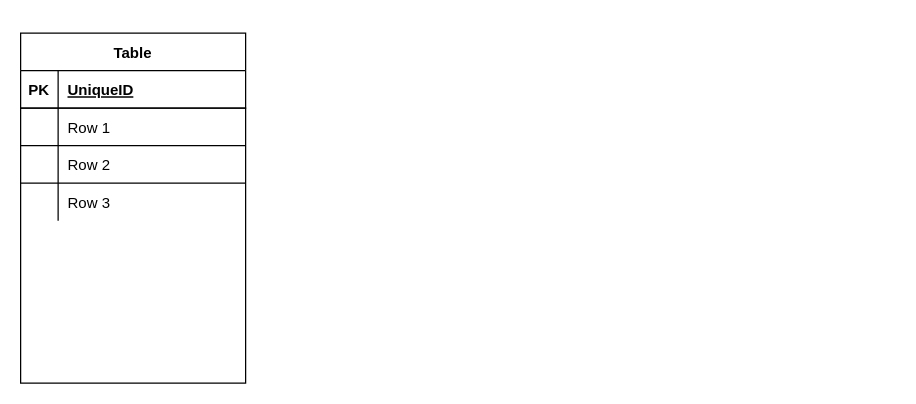
Earlier version of the draw.io diagram Untitled Diagram.drawio (jeff-tor/wiley-sre-training). Source tidied: cells renumbered, new cells numbered last; positions are measured from the earlier drawing's top-left corner, leaving out a move shared by most shapes. Both pictures are drawn from the tidied source at 125%, with x=0, y=0 at pixel (20, 32).
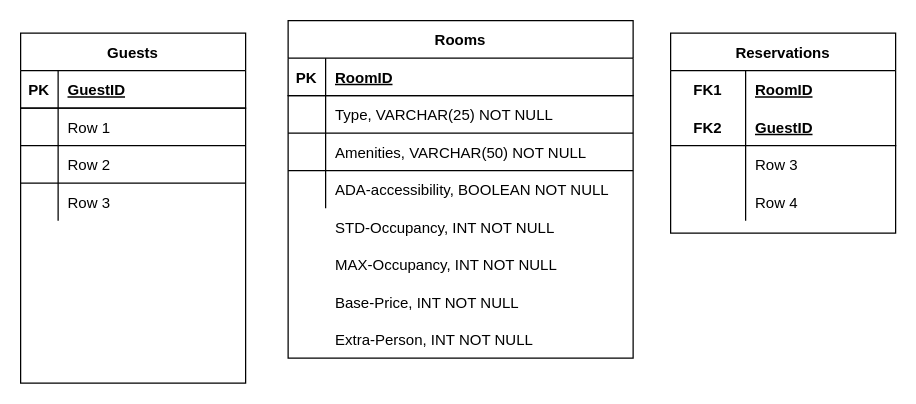
The same page after the edit.

Unchanged cells that the change refers to:
```xml
<mxCell id="3" style="shape=tableRow;horizontal=0;startSize=0;swimlaneHead=0;swimlaneBody=0;fillColor=none;top=0;left=0;right=0;bottom=1;" parent="2" vertex="1">
  <mxGeometry y="30" width="180" height="30" as="geometry" />
</mxCell>
```

The edit, as a diff of the source:
```diff
@@
-    <mxCell id="2" value="Table" style="shape=table;startSize=30;childLayout=tableLayout;rowLines=1;fontStyle=1;align=center;" parent="1" vertex="1">
+    <mxCell id="2" value="Guests" style="shape=table;startSize=30;childLayout=tableLayout;rowLines=1;fontStyle=1;align=center;" parent="1" vertex="1">
       <mxGeometry width="180" height="280" as="geometry" />
     </mxCell>
@@
-    <mxCell id="5" value="UniqueID" style="shape=partialRectangle;fillColor=none;top=0;left=0;bottom=0;right=0;align=left;spacingLeft=6;fontStyle=5;overflow=hidden;" parent="3" vertex="1">
+    <mxCell id="5" value="GuestID" style="shape=partialRectangle;fillColor=none;top=0;left=0;bottom=0;right=0;align=left;spacingLeft=6;fontStyle=5;overflow=hidden;" parent="3" vertex="1">
       <mxGeometry x="30" width="150" height="30" as="geometry" />
     </mxCell>
@@
+    <mxCell id="15" value="Rooms" style="shape=table;startSize=30;childLayout=tableLayout;rowLines=1;fontStyle=1;align=center;" parent="1" vertex="1">
+      <mxGeometry x="214" y="-10" width="276" height="270" as="geometry" />
+    </mxCell>
+    <mxCell id="16" style="shape=tableRow;horizontal=0;startSize=0;swimlaneHead=0;swimlaneBody=0;fillColor=none;top=0;left=0;right=0;bottom=1;" parent="15" vertex="1">
+      <mxGeometry y="30" width="276" height="30" as="geometry" />
+    </mxCell>
+    <mxCell id="17" value="PK" style="shape=partialRectangle;fillColor=none;top=0;left=0;bottom=0;right=0;fontStyle=1;overflow=hidden;" parent="16" vertex="1">
+      <mxGeometry width="30" height="30" as="geometry" />
+    </mxCell>
+    <mxCell id="18" value="RoomID" style="shape=partialRectangle;fillColor=none;top=0;left=0;bottom=0;right=0;align=left;spacingLeft=6;fontStyle=5;overflow=hidden;" parent="16" vertex="1">
+      <mxGeometry x="30" width="246" height="30" as="geometry" />
+    </mxCell>
+    <mxCell id="19" style="shape=tableRow;horizontal=0;startSize=0;swimlaneHead=0;swimlaneBody=0;fillColor=none;top=0;left=0;right=0;bottom=0;" parent="15" vertex="1">
+      <mxGeometry y="60" width="276" height="30" as="geometry" />
+    </mxCell>
+    <mxCell id="20" style="shape=partialRectangle;fillColor=none;top=0;left=0;bottom=0;right=0;overflow=hidden;" parent="19" vertex="1">
+      <mxGeometry width="30" height="30" as="geometry" />
+    </mxCell>
+    <mxCell id="21" value="Type, VARCHAR(25) NOT NULL" style="shape=partialRectangle;fillColor=none;top=0;left=0;bottom=0;right=0;align=left;spacingLeft=6;overflow=hidden;" parent="19" vertex="1">
+      <mxGeometry x="30" width="246" height="30" as="geometry" />
+    </mxCell>
+    <mxCell id="22" style="shape=tableRow;horizontal=0;startSize=0;swimlaneHead=0;swimlaneBody=0;fillColor=none;top=0;left=0;right=0;bottom=0;" parent="15" vertex="1">
+      <mxGeometry y="90" width="276" height="30" as="geometry" />
+    </mxCell>
+    <mxCell id="23" style="shape=partialRectangle;fillColor=none;top=0;left=0;bottom=0;right=0;overflow=hidden;" parent="22" vertex="1">
+      <mxGeometry width="30" height="30" as="geometry" />
+    </mxCell>
+    <mxCell id="24" value="Amenities, VARCHAR(50) NOT NULL" style="shape=partialRectangle;fillColor=none;top=0;left=0;bottom=0;right=0;align=left;spacingLeft=6;overflow=hidden;" parent="22" vertex="1">
+      <mxGeometry x="30" width="246" height="30" as="geometry" />
+    </mxCell>
+    <mxCell id="25" style="shape=tableRow;horizontal=0;startSize=0;swimlaneHead=0;swimlaneBody=0;fillColor=none;top=0;left=0;right=0;bottom=0;" parent="15" vertex="1">
+      <mxGeometry y="120" width="276" height="30" as="geometry" />
+    </mxCell>
+    <mxCell id="26" style="shape=partialRectangle;fillColor=none;top=0;left=0;bottom=0;right=0;overflow=hidden;" parent="25" vertex="1">
+      <mxGeometry width="30" height="30" as="geometry" />
+    </mxCell>
+    <mxCell id="27" value="ADA-accessibility, BOOLEAN NOT NULL" style="shape=partialRectangle;fillColor=none;top=0;left=0;bottom=0;right=0;align=left;spacingLeft=6;overflow=hidden;" parent="25" vertex="1">
+      <mxGeometry x="30" width="246" height="30" as="geometry" />
+    </mxCell>
+    <mxCell id="28" value="Reservations" style="shape=table;startSize=30;childLayout=tableLayout;rowLines=0;fontStyle=1;align=center;" parent="1" vertex="1">
+      <mxGeometry x="520" width="180" height="160" as="geometry" />
+    </mxCell>
+    <mxCell id="29" style="shape=tableRow;horizontal=0;startSize=0;swimlaneHead=0;swimlaneBody=0;fillColor=none;top=0;left=0;right=0;bottom=0;" parent="28" vertex="1">
+      <mxGeometry y="30" width="180" height="30" as="geometry" />
+    </mxCell>
+    <mxCell id="30" value="FK1" style="shape=partialRectangle;fillColor=none;top=0;left=0;bottom=0;right=0;fontStyle=1;overflow=hidden;" parent="29" vertex="1">
+      <mxGeometry width="60" height="30" as="geometry" />
+    </mxCell>
+    <mxCell id="31" value="RoomID" style="shape=partialRectangle;fillColor=none;top=0;left=0;bottom=0;right=0;align=left;spacingLeft=6;fontStyle=5;overflow=hidden;" parent="29" vertex="1">
+      <mxGeometry x="60" width="120" height="30" as="geometry" />
+    </mxCell>
+    <mxCell id="32" style="shape=tableRow;horizontal=0;startSize=0;swimlaneHead=0;swimlaneBody=0;fillColor=none;top=0;left=0;right=0;bottom=1;" parent="28" vertex="1">
+      <mxGeometry y="60" width="180" height="30" as="geometry" />
+    </mxCell>
+    <mxCell id="33" value="FK2" style="shape=partialRectangle;fillColor=none;top=0;left=0;bottom=0;right=0;fontStyle=1;overflow=hidden;" parent="32" vertex="1">
+      <mxGeometry width="60" height="30" as="geometry" />
+    </mxCell>
+    <mxCell id="34" value="GuestID" style="shape=partialRectangle;fillColor=none;top=0;left=0;bottom=0;right=0;align=left;spacingLeft=6;fontStyle=5;overflow=hidden;" parent="32" vertex="1">
+      <mxGeometry x="60" width="120" height="30" as="geometry" />
+    </mxCell>
+    <mxCell id="35" style="shape=tableRow;horizontal=0;startSize=0;swimlaneHead=0;swimlaneBody=0;fillColor=none;top=0;left=0;right=0;bottom=0;" parent="28" vertex="1">
+      <mxGeometry y="90" width="180" height="30" as="geometry" />
+    </mxCell>
+    <mxCell id="36" style="shape=partialRectangle;fillColor=none;top=0;left=0;bottom=0;right=0;overflow=hidden;" parent="35" vertex="1">
+      <mxGeometry width="60" height="30" as="geometry" />
+    </mxCell>
+    <mxCell id="37" value="Row 3" style="shape=partialRectangle;fillColor=none;top=0;left=0;bottom=0;right=0;align=left;spacingLeft=6;overflow=hidden;" parent="35" vertex="1">
+      <mxGeometry x="60" width="120" height="30" as="geometry" />
+    </mxCell>
+    <mxCell id="38" style="shape=tableRow;horizontal=0;startSize=0;swimlaneHead=0;swimlaneBody=0;fillColor=none;top=0;left=0;right=0;bottom=0;" parent="28" vertex="1">
+      <mxGeometry y="120" width="180" height="30" as="geometry" />
+    </mxCell>
+    <mxCell id="39" style="shape=partialRectangle;fillColor=none;top=0;left=0;bottom=0;right=0;overflow=hidden;" parent="38" vertex="1">
+      <mxGeometry width="60" height="30" as="geometry" />
+    </mxCell>
+    <mxCell id="40" value="Row 4" style="shape=partialRectangle;fillColor=none;top=0;left=0;bottom=0;right=0;align=left;spacingLeft=6;overflow=hidden;" parent="38" vertex="1">
+      <mxGeometry x="60" width="120" height="30" as="geometry" />
+    </mxCell>
+    <mxCell id="41" value="STD-Occupancy, INT NOT NULL" style="shape=partialRectangle;fillColor=none;top=0;left=0;bottom=0;right=0;align=left;spacingLeft=6;overflow=hidden;" parent="1" vertex="1">
+      <mxGeometry x="244" y="140" width="246" height="30" as="geometry" />
+    </mxCell>
+    <mxCell id="42" value="MAX-Occupancy, INT NOT NULL" style="shape=partialRectangle;fillColor=none;top=0;left=0;bottom=0;right=0;align=left;spacingLeft=6;overflow=hidden;" parent="1" vertex="1">
+      <mxGeometry x="244" y="170" width="246" height="30" as="geometry" />
+    </mxCell>
+    <mxCell id="43" value="Base-Price, INT NOT NULL" style="shape=partialRectangle;fillColor=none;top=0;left=0;bottom=0;right=0;align=left;spacingLeft=6;overflow=hidden;" parent="1" vertex="1">
+      <mxGeometry x="244" y="200" width="246" height="30" as="geometry" />
+    </mxCell>
+    <mxCell id="44" value="Extra-Person, INT NOT NULL" style="shape=partialRectangle;fillColor=none;top=0;left=0;bottom=0;right=0;align=left;spacingLeft=6;overflow=hidden;" parent="1" vertex="1">
+      <mxGeometry x="244" y="230" width="246" height="30" as="geometry" />
+    </mxCell>
```
